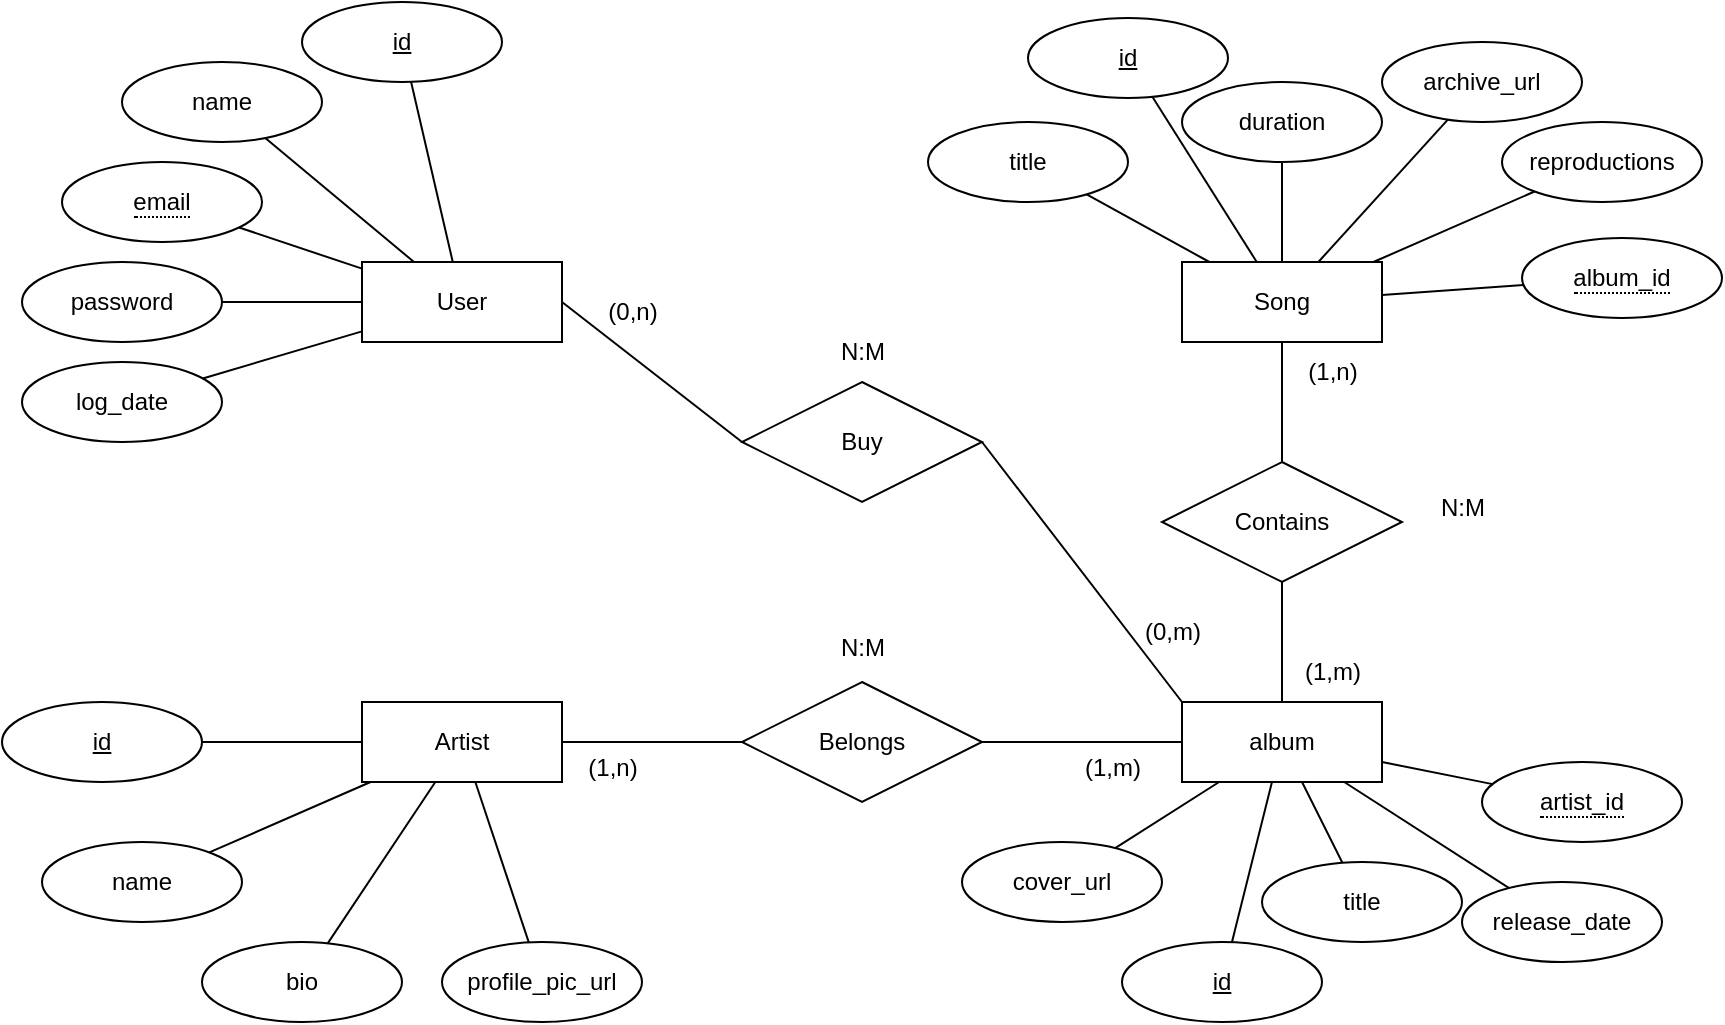
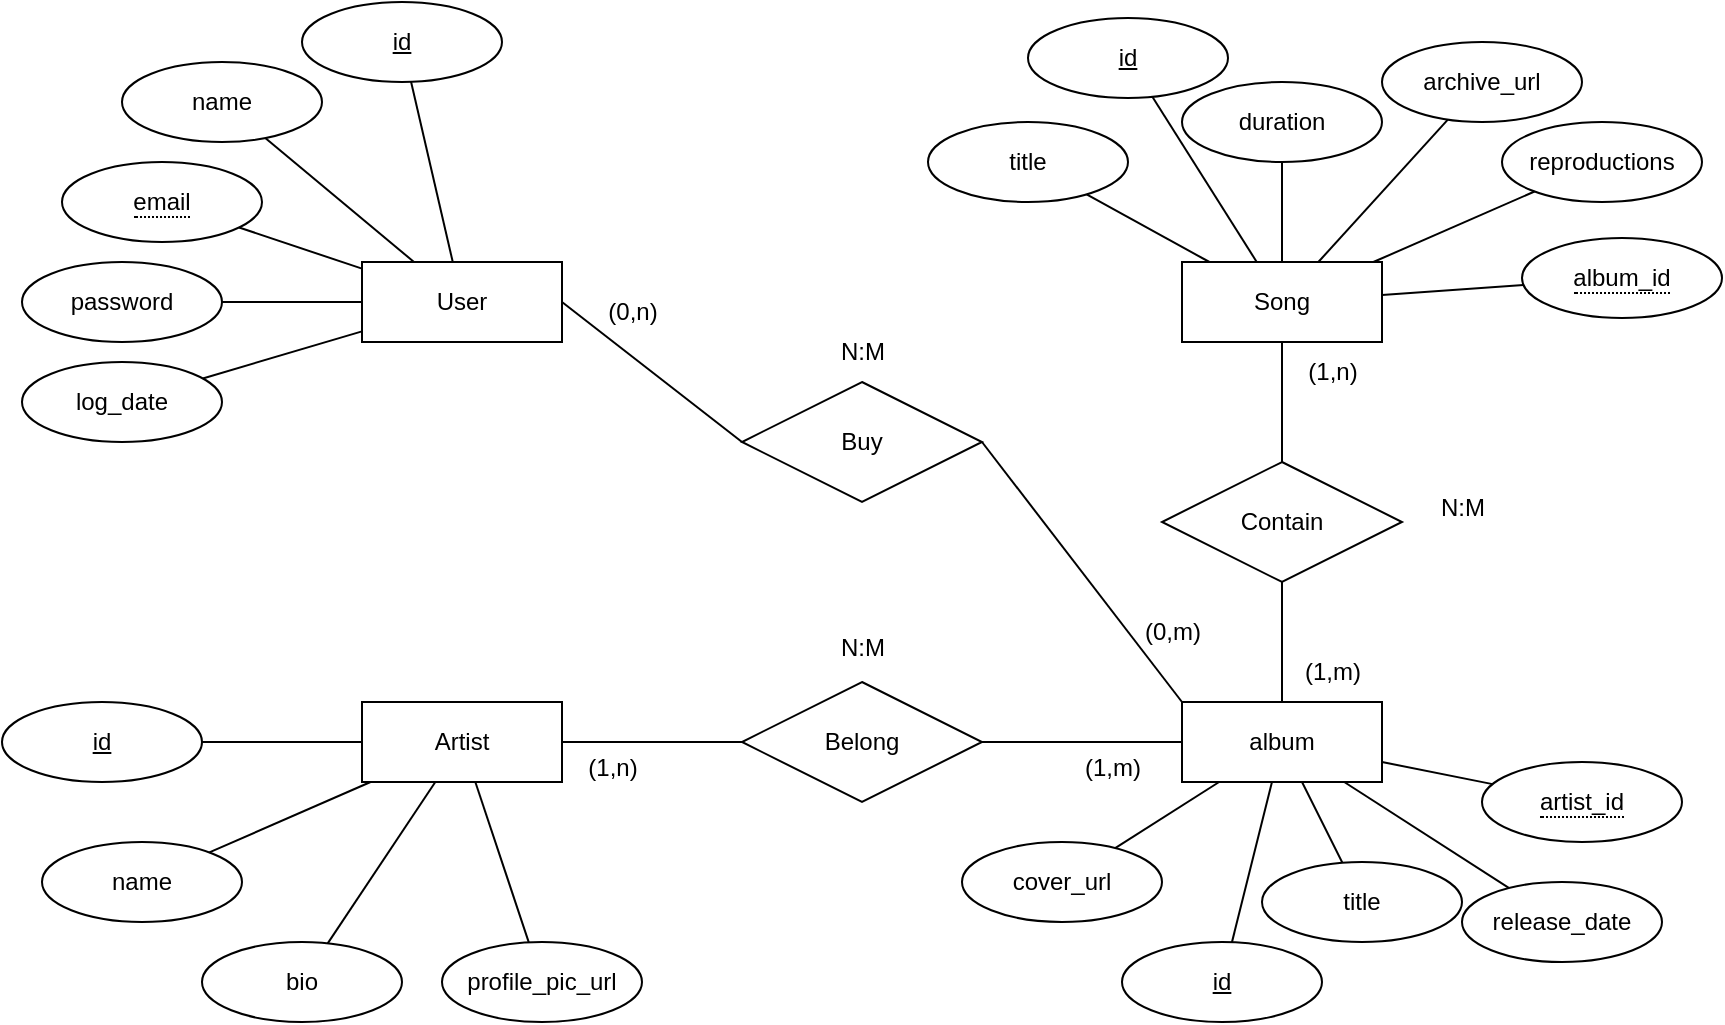
<mxfile host="65bd71144e">
    <diagram id="MM9PBm8QHxuiaOOtbWK2" name="Page-1">
-         <mxGraphModel dx="2283" dy="787" grid="1" gridSize="10" guides="1" tooltips="1" connect="1" arrows="1" fold="1" page="1" pageScale="1" pageWidth="827" pageHeight="1169" math="0" shadow="0">
+         <mxGraphModel dx="1279" dy="789" grid="1" gridSize="10" guides="1" tooltips="1" connect="1" arrows="1" fold="1" page="1" pageScale="1" pageWidth="827" pageHeight="1169" math="0" shadow="0">
            <root>
                <mxCell id="0"/>
                <mxCell id="1" parent="0"/>
                <mxCell id="3" value="User" style="whiteSpace=wrap;html=1;align=center;" parent="1" vertex="1">
                    <mxGeometry x="80" y="400" width="100" height="40" as="geometry"/>
                </mxCell>
                <mxCell id="4" value="album" style="whiteSpace=wrap;html=1;align=center;" parent="1" vertex="1">
                    <mxGeometry x="490" y="620" width="100" height="40" as="geometry"/>
                </mxCell>
                <mxCell id="5" value="Song" style="whiteSpace=wrap;html=1;align=center;" parent="1" vertex="1">
                    <mxGeometry x="490" y="400" width="100" height="40" as="geometry"/>
                </mxCell>
                <mxCell id="7" value="reproductions" style="ellipse;whiteSpace=wrap;html=1;align=center;" parent="1" vertex="1">
                    <mxGeometry x="650" y="330" width="100" height="40" as="geometry"/>
                </mxCell>
                <mxCell id="8" value="title" style="ellipse;whiteSpace=wrap;html=1;align=center;" parent="1" vertex="1">
                    <mxGeometry x="363" y="330" width="100" height="40" as="geometry"/>
                </mxCell>
                <mxCell id="9" value="password" style="ellipse;whiteSpace=wrap;html=1;align=center;" parent="1" vertex="1">
                    <mxGeometry x="-90" y="400" width="100" height="40" as="geometry"/>
                </mxCell>
                <mxCell id="10" value="duration" style="ellipse;whiteSpace=wrap;html=1;align=center;" parent="1" vertex="1">
                    <mxGeometry x="490" y="310" width="100" height="40" as="geometry"/>
                </mxCell>
                <mxCell id="11" value="id" style="ellipse;whiteSpace=wrap;html=1;align=center;fontStyle=4;" parent="1" vertex="1">
                    <mxGeometry x="50" y="270" width="100" height="40" as="geometry"/>
                </mxCell>
                <mxCell id="12" value="id" style="ellipse;whiteSpace=wrap;html=1;align=center;fontStyle=4;" parent="1" vertex="1">
                    <mxGeometry x="413" y="278" width="100" height="40" as="geometry"/>
                </mxCell>
                <mxCell id="14" value="&lt;span style=&quot;border-bottom: 1px dotted&quot;&gt;email&lt;/span&gt;" style="ellipse;whiteSpace=wrap;html=1;align=center;" parent="1" vertex="1">
                    <mxGeometry x="-70" y="350" width="100" height="40" as="geometry"/>
                </mxCell>
                <mxCell id="15" value="name" style="ellipse;whiteSpace=wrap;html=1;align=center;" parent="1" vertex="1">
                    <mxGeometry x="-40" y="300" width="100" height="40" as="geometry"/>
                </mxCell>
                <mxCell id="16" value="log_date" style="ellipse;whiteSpace=wrap;html=1;align=center;" parent="1" vertex="1">
                    <mxGeometry x="-90" y="450" width="100" height="40" as="geometry"/>
                </mxCell>
                <mxCell id="17" value="Buy" style="shape=rhombus;perimeter=rhombusPerimeter;whiteSpace=wrap;html=1;align=center;" parent="1" vertex="1">
                    <mxGeometry x="270" y="460" width="120" height="60" as="geometry"/>
                </mxCell>
-                 <mxCell id="18" value="Contains" style="shape=rhombus;perimeter=rhombusPerimeter;whiteSpace=wrap;html=1;align=center;" parent="1" vertex="1">
+                 <mxCell id="18" value="Contain" style="shape=rhombus;perimeter=rhombusPerimeter;whiteSpace=wrap;html=1;align=center;" parent="1" vertex="1">
                    <mxGeometry x="480" y="500" width="120" height="60" as="geometry"/>
                </mxCell>
                <mxCell id="19" value="Artist" style="whiteSpace=wrap;html=1;align=center;" parent="1" vertex="1">
                    <mxGeometry x="80" y="620" width="100" height="40" as="geometry"/>
                </mxCell>
-                 <mxCell id="20" value="Belongs" style="shape=rhombus;perimeter=rhombusPerimeter;whiteSpace=wrap;html=1;align=center;" parent="1" vertex="1">
+                 <mxCell id="20" value="Belong" style="shape=rhombus;perimeter=rhombusPerimeter;whiteSpace=wrap;html=1;align=center;" parent="1" vertex="1">
                    <mxGeometry x="270" y="610" width="120" height="60" as="geometry"/>
                </mxCell>
                <mxCell id="21" value="id" style="ellipse;whiteSpace=wrap;html=1;align=center;fontStyle=4;" parent="1" vertex="1">
                    <mxGeometry x="-100" y="620" width="100" height="40" as="geometry"/>
                </mxCell>
                <mxCell id="22" value="name" style="ellipse;whiteSpace=wrap;html=1;align=center;" parent="1" vertex="1">
                    <mxGeometry x="-80" y="690" width="100" height="40" as="geometry"/>
                </mxCell>
                <mxCell id="23" value="bio" style="ellipse;whiteSpace=wrap;html=1;align=center;" parent="1" vertex="1">
                    <mxGeometry y="740" width="100" height="40" as="geometry"/>
                </mxCell>
                <mxCell id="24" value="profile_pic_url" style="ellipse;whiteSpace=wrap;html=1;align=center;" parent="1" vertex="1">
                    <mxGeometry x="120" y="740" width="100" height="40" as="geometry"/>
                </mxCell>
                <mxCell id="25" value="archive_url" style="ellipse;whiteSpace=wrap;html=1;align=center;" parent="1" vertex="1">
                    <mxGeometry x="590" y="290" width="100" height="40" as="geometry"/>
                </mxCell>
                <mxCell id="27" value="&lt;span style=&quot;border-bottom: 1px dotted&quot;&gt;album_id&lt;/span&gt;" style="ellipse;whiteSpace=wrap;html=1;align=center;" parent="1" vertex="1">
                    <mxGeometry x="660" y="388" width="100" height="40" as="geometry"/>
                </mxCell>
                <mxCell id="28" value="id" style="ellipse;whiteSpace=wrap;html=1;align=center;fontStyle=4;" parent="1" vertex="1">
                    <mxGeometry x="460" y="740" width="100" height="40" as="geometry"/>
                </mxCell>
                <mxCell id="29" value="title" style="ellipse;whiteSpace=wrap;html=1;align=center;" parent="1" vertex="1">
                    <mxGeometry x="530" y="700" width="100" height="40" as="geometry"/>
                </mxCell>
                <mxCell id="30" value="release_date" style="ellipse;whiteSpace=wrap;html=1;align=center;" parent="1" vertex="1">
                    <mxGeometry x="630" y="710" width="100" height="40" as="geometry"/>
                </mxCell>
                <mxCell id="31" value="cover_url" style="ellipse;whiteSpace=wrap;html=1;align=center;" parent="1" vertex="1">
                    <mxGeometry x="380" y="690" width="100" height="40" as="geometry"/>
                </mxCell>
                <mxCell id="33" value="N:M" style="text;html=1;align=center;verticalAlign=middle;resizable=0;points=[];autosize=1;strokeColor=none;fillColor=none;" parent="1" vertex="1">
                    <mxGeometry x="305" y="578" width="50" height="30" as="geometry"/>
                </mxCell>
                <mxCell id="34" value="N:M" style="text;html=1;align=center;verticalAlign=middle;resizable=0;points=[];autosize=1;strokeColor=none;fillColor=none;" parent="1" vertex="1">
                    <mxGeometry x="605" y="508" width="50" height="30" as="geometry"/>
                </mxCell>
                <mxCell id="35" value="N:M" style="text;html=1;align=center;verticalAlign=middle;resizable=0;points=[];autosize=1;strokeColor=none;fillColor=none;" parent="1" vertex="1">
                    <mxGeometry x="305" y="430" width="50" height="30" as="geometry"/>
                </mxCell>
                <mxCell id="36" value="" style="endArrow=none;html=1;rounded=0;" parent="1" source="11" target="3" edge="1">
                    <mxGeometry relative="1" as="geometry">
                        <mxPoint x="290" y="530" as="sourcePoint"/>
                        <mxPoint x="450" y="530" as="targetPoint"/>
                    </mxGeometry>
                </mxCell>
                <mxCell id="37" value="" style="endArrow=none;html=1;rounded=0;" parent="1" source="15" target="3" edge="1">
                    <mxGeometry relative="1" as="geometry">
                        <mxPoint x="300" y="540" as="sourcePoint"/>
                        <mxPoint x="460" y="540" as="targetPoint"/>
                    </mxGeometry>
                </mxCell>
                <mxCell id="38" value="" style="endArrow=none;html=1;rounded=0;" parent="1" source="14" target="3" edge="1">
                    <mxGeometry relative="1" as="geometry">
                        <mxPoint x="310" y="550" as="sourcePoint"/>
                        <mxPoint x="470" y="550" as="targetPoint"/>
                    </mxGeometry>
                </mxCell>
                <mxCell id="39" value="" style="endArrow=none;html=1;rounded=0;entryX=0;entryY=0.5;entryDx=0;entryDy=0;exitX=1;exitY=0.5;exitDx=0;exitDy=0;" parent="1" source="3" target="17" edge="1">
                    <mxGeometry relative="1" as="geometry">
                        <mxPoint x="320" y="560" as="sourcePoint"/>
                        <mxPoint x="480" y="560" as="targetPoint"/>
                    </mxGeometry>
                </mxCell>
                <mxCell id="40" value="" style="endArrow=none;html=1;rounded=0;" parent="1" source="19" target="20" edge="1">
                    <mxGeometry relative="1" as="geometry">
                        <mxPoint x="330" y="570" as="sourcePoint"/>
                        <mxPoint x="490" y="570" as="targetPoint"/>
                    </mxGeometry>
                </mxCell>
                <mxCell id="41" value="" style="endArrow=none;html=1;rounded=0;" parent="1" source="20" target="4" edge="1">
                    <mxGeometry relative="1" as="geometry">
                        <mxPoint x="340" y="580" as="sourcePoint"/>
                        <mxPoint x="500" y="580" as="targetPoint"/>
                    </mxGeometry>
                </mxCell>
                <mxCell id="42" value="" style="endArrow=none;html=1;rounded=0;" parent="1" source="9" target="3" edge="1">
                    <mxGeometry relative="1" as="geometry">
                        <mxPoint x="350" y="590" as="sourcePoint"/>
                        <mxPoint x="510" y="590" as="targetPoint"/>
                    </mxGeometry>
                </mxCell>
                <mxCell id="43" value="" style="endArrow=none;html=1;rounded=0;" parent="1" source="18" target="4" edge="1">
                    <mxGeometry relative="1" as="geometry">
                        <mxPoint x="360" y="600" as="sourcePoint"/>
                        <mxPoint x="520" y="600" as="targetPoint"/>
                    </mxGeometry>
                </mxCell>
                <mxCell id="44" value="" style="endArrow=none;html=1;rounded=0;" parent="1" source="5" target="18" edge="1">
                    <mxGeometry relative="1" as="geometry">
                        <mxPoint x="370" y="610" as="sourcePoint"/>
                        <mxPoint x="530" y="610" as="targetPoint"/>
                    </mxGeometry>
                </mxCell>
                <mxCell id="45" value="" style="endArrow=none;html=1;rounded=0;entryX=0;entryY=0;entryDx=0;entryDy=0;exitX=1;exitY=0.5;exitDx=0;exitDy=0;" parent="1" source="17" target="4" edge="1">
                    <mxGeometry relative="1" as="geometry">
                        <mxPoint x="380" y="620" as="sourcePoint"/>
                        <mxPoint x="540" y="620" as="targetPoint"/>
                    </mxGeometry>
                </mxCell>
                <mxCell id="46" value="" style="endArrow=none;html=1;rounded=0;" parent="1" source="16" target="3" edge="1">
                    <mxGeometry relative="1" as="geometry">
                        <mxPoint x="390" y="630" as="sourcePoint"/>
                        <mxPoint x="550" y="630" as="targetPoint"/>
                    </mxGeometry>
                </mxCell>
                <mxCell id="47" value="" style="endArrow=none;html=1;rounded=0;" parent="1" source="21" target="19" edge="1">
                    <mxGeometry relative="1" as="geometry">
                        <mxPoint x="-15" y="578" as="sourcePoint"/>
                        <mxPoint x="115" y="578" as="targetPoint"/>
                    </mxGeometry>
                </mxCell>
                <mxCell id="48" value="" style="endArrow=none;html=1;rounded=0;" parent="1" source="23" target="19" edge="1">
                    <mxGeometry relative="1" as="geometry">
                        <mxPoint x="-20" y="820" as="sourcePoint"/>
                        <mxPoint x="140" y="820" as="targetPoint"/>
                    </mxGeometry>
                </mxCell>
                <mxCell id="49" value="" style="endArrow=none;html=1;rounded=0;" parent="1" source="22" target="19" edge="1">
                    <mxGeometry relative="1" as="geometry">
                        <mxPoint x="-10" y="830" as="sourcePoint"/>
                        <mxPoint x="150" y="830" as="targetPoint"/>
                    </mxGeometry>
                </mxCell>
                <mxCell id="50" value="" style="endArrow=none;html=1;rounded=0;" parent="1" source="19" target="24" edge="1">
                    <mxGeometry relative="1" as="geometry">
                        <mxPoint y="840" as="sourcePoint"/>
                        <mxPoint x="160" y="840" as="targetPoint"/>
                    </mxGeometry>
                </mxCell>
                <mxCell id="51" value="" style="endArrow=none;html=1;rounded=0;" parent="1" source="31" target="4" edge="1">
                    <mxGeometry relative="1" as="geometry">
                        <mxPoint x="10" y="850" as="sourcePoint"/>
                        <mxPoint x="170" y="850" as="targetPoint"/>
                    </mxGeometry>
                </mxCell>
                <mxCell id="52" value="" style="endArrow=none;html=1;rounded=0;" parent="1" source="28" target="4" edge="1">
                    <mxGeometry relative="1" as="geometry">
                        <mxPoint x="467" y="703" as="sourcePoint"/>
                        <mxPoint x="519" y="670" as="targetPoint"/>
                    </mxGeometry>
                </mxCell>
                <mxCell id="53" value="" style="endArrow=none;html=1;rounded=0;" parent="1" source="29" target="4" edge="1">
                    <mxGeometry relative="1" as="geometry">
                        <mxPoint x="477" y="713" as="sourcePoint"/>
                        <mxPoint x="529" y="680" as="targetPoint"/>
                    </mxGeometry>
                </mxCell>
                <mxCell id="54" value="" style="endArrow=none;html=1;rounded=0;" parent="1" source="4" target="30" edge="1">
                    <mxGeometry relative="1" as="geometry">
                        <mxPoint x="487" y="723" as="sourcePoint"/>
                        <mxPoint x="539" y="690" as="targetPoint"/>
                    </mxGeometry>
                </mxCell>
                <mxCell id="55" value="" style="endArrow=none;html=1;rounded=0;" parent="1" source="72" target="4" edge="1">
                    <mxGeometry relative="1" as="geometry">
                        <mxPoint x="645.2786404500039" y="661.0557280900007" as="sourcePoint"/>
                        <mxPoint x="549" y="700" as="targetPoint"/>
                    </mxGeometry>
                </mxCell>
                <mxCell id="56" value="" style="endArrow=none;html=1;rounded=0;" parent="1" source="5" target="7" edge="1">
                    <mxGeometry relative="1" as="geometry">
                        <mxPoint x="664" y="450" as="sourcePoint"/>
                        <mxPoint x="716" y="417" as="targetPoint"/>
                    </mxGeometry>
                </mxCell>
                <mxCell id="57" value="" style="endArrow=none;html=1;rounded=0;" parent="1" source="5" target="27" edge="1">
                    <mxGeometry relative="1" as="geometry">
                        <mxPoint x="674" y="460" as="sourcePoint"/>
                        <mxPoint x="726" y="427" as="targetPoint"/>
                    </mxGeometry>
                </mxCell>
                <mxCell id="58" value="" style="endArrow=none;html=1;rounded=0;" parent="1" source="8" target="5" edge="1">
                    <mxGeometry relative="1" as="geometry">
                        <mxPoint x="684" y="470" as="sourcePoint"/>
                        <mxPoint x="736" y="437" as="targetPoint"/>
                    </mxGeometry>
                </mxCell>
                <mxCell id="59" value="" style="endArrow=none;html=1;rounded=0;" parent="1" source="10" target="5" edge="1">
                    <mxGeometry relative="1" as="geometry">
                        <mxPoint x="694" y="480" as="sourcePoint"/>
                        <mxPoint x="746" y="447" as="targetPoint"/>
                    </mxGeometry>
                </mxCell>
                <mxCell id="60" value="" style="endArrow=none;html=1;rounded=0;" parent="1" source="12" target="5" edge="1">
                    <mxGeometry relative="1" as="geometry">
                        <mxPoint x="704" y="490" as="sourcePoint"/>
                        <mxPoint x="756" y="457" as="targetPoint"/>
                    </mxGeometry>
                </mxCell>
                <mxCell id="61" value="" style="endArrow=none;html=1;rounded=0;" parent="1" source="5" target="25" edge="1">
                    <mxGeometry relative="1" as="geometry">
                        <mxPoint x="714" y="500" as="sourcePoint"/>
                        <mxPoint x="766" y="467" as="targetPoint"/>
                    </mxGeometry>
                </mxCell>
                <mxCell id="64" value="(1,n)" style="text;html=1;align=center;verticalAlign=middle;resizable=0;points=[];autosize=1;strokeColor=none;fillColor=none;" parent="1" vertex="1">
                    <mxGeometry x="540" y="440" width="50" height="30" as="geometry"/>
                </mxCell>
                <mxCell id="65" value="(1,m)" style="text;html=1;align=center;verticalAlign=middle;resizable=0;points=[];autosize=1;strokeColor=none;fillColor=none;" parent="1" vertex="1">
                    <mxGeometry x="540" y="590" width="50" height="30" as="geometry"/>
                </mxCell>
                <mxCell id="67" value="(1,n)" style="text;html=1;align=center;verticalAlign=middle;resizable=0;points=[];autosize=1;strokeColor=none;fillColor=none;" parent="1" vertex="1">
                    <mxGeometry x="180" y="638" width="50" height="30" as="geometry"/>
                </mxCell>
                <mxCell id="68" value="(1,m)" style="text;html=1;align=center;verticalAlign=middle;resizable=0;points=[];autosize=1;strokeColor=none;fillColor=none;" parent="1" vertex="1">
                    <mxGeometry x="430" y="638" width="50" height="30" as="geometry"/>
                </mxCell>
                <mxCell id="69" value="(0,n)" style="text;html=1;align=center;verticalAlign=middle;resizable=0;points=[];autosize=1;strokeColor=none;fillColor=none;" parent="1" vertex="1">
                    <mxGeometry x="190" y="410" width="50" height="30" as="geometry"/>
                </mxCell>
                <mxCell id="70" value="(0,m)" style="text;html=1;align=center;verticalAlign=middle;resizable=0;points=[];autosize=1;strokeColor=none;fillColor=none;" parent="1" vertex="1">
                    <mxGeometry x="460" y="570" width="50" height="30" as="geometry"/>
                </mxCell>
                <mxCell id="72" value="&lt;span style=&quot;border-bottom: 1px dotted&quot;&gt;artist_id&lt;/span&gt;" style="ellipse;whiteSpace=wrap;html=1;align=center;" parent="1" vertex="1">
                    <mxGeometry x="640" y="650" width="100" height="40" as="geometry"/>
                </mxCell>
            </root>
        </mxGraphModel>
    </diagram>
</mxfile>